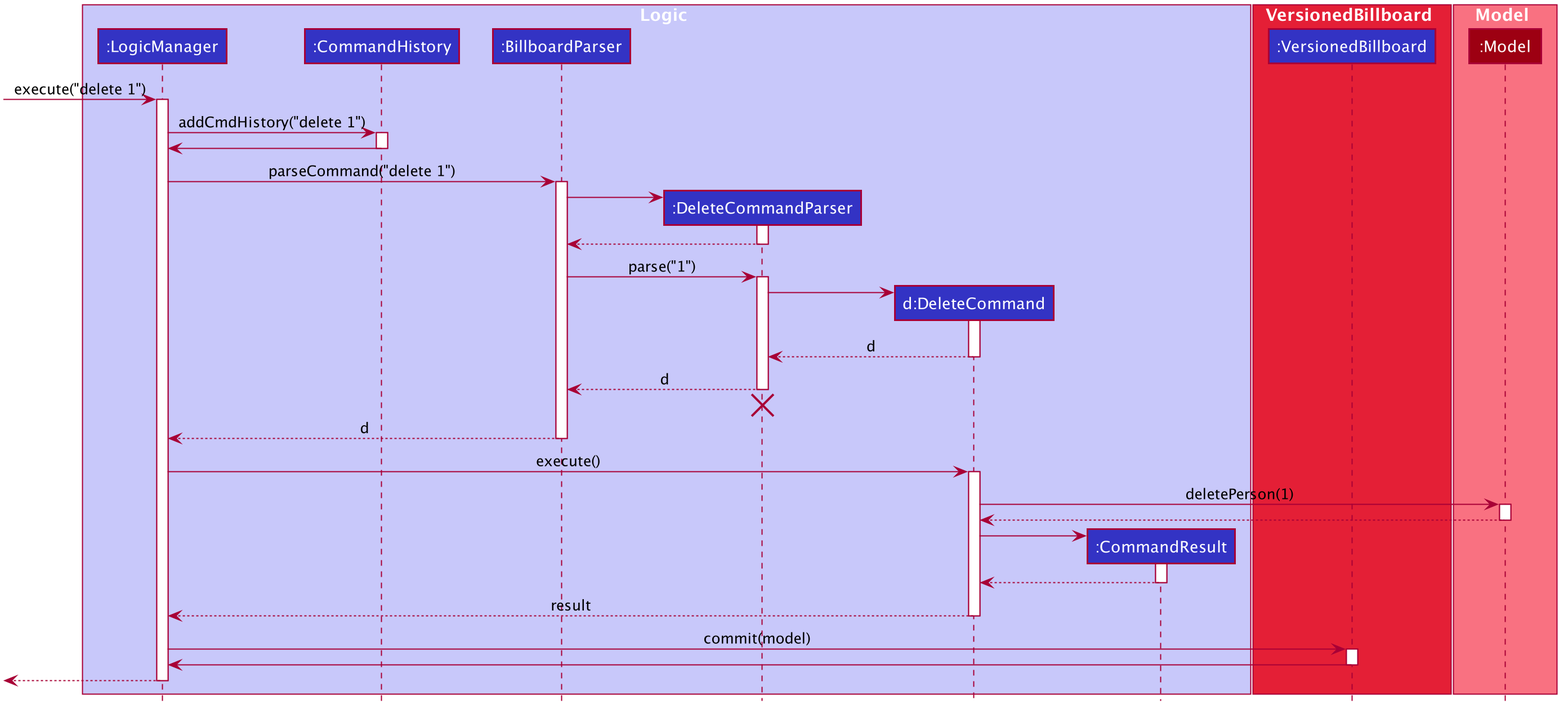
Earlier version of the PlantUML export docs/images/DeleteSequenceDiagram.png (nus-cs2103-AY1920S1/addressbook-level3).
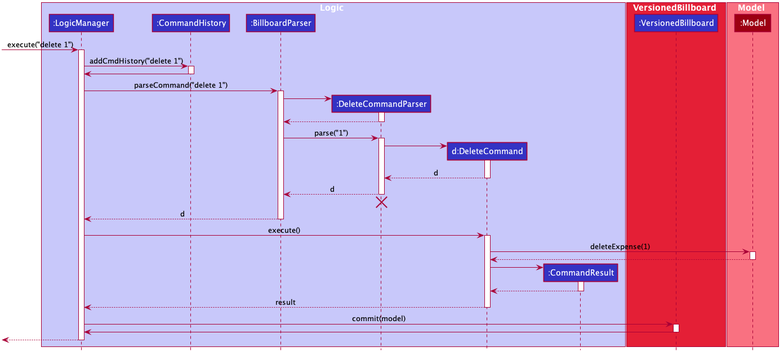
Later version of the same file.

What changed in the source:
```diff
@@ -106,7 +106,7 @@
 LogicManager -> DeleteCommand : execute()
 activate DeleteCommand
 
-DeleteCommand -> Model : deletePerson(1)
+DeleteCommand -> Model : deleteExpense(1)
 activate Model
 
 Model --> DeleteCommand
```
